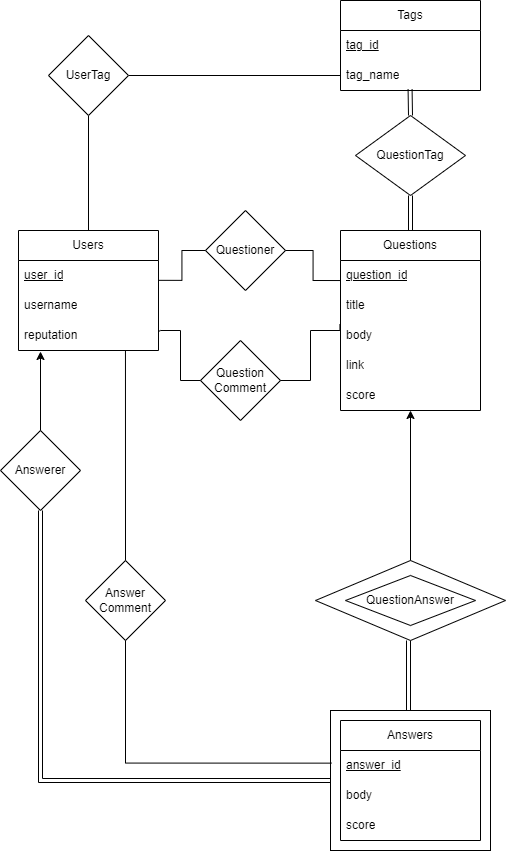
Before: Data Storing/design/ERD Seleksi Asisten.drawio.png, a diagram exported from draw.io (wargabasdat/Seleksi-2024-Tugas-1). Source tidied: cells renumbered, new cells last; positions are measured from the earlier drawing's top-left corner, leaving out a move shared by most shapes.
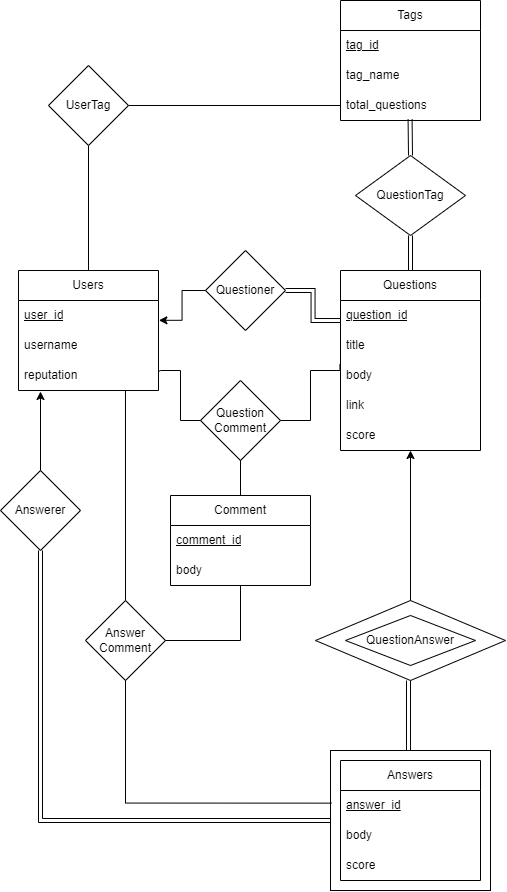
Above is the later version.

What changed in the source:
```diff
@@ -48,13 +48,16 @@
       <mxGeometry x="315" y="560" width="190" height="80" as="geometry" />
     </mxCell>
     <mxCell id="16" value="Tags" style="swimlane;fontStyle=0;horizontal=1;startSize=30;whiteSpace=wrap;html=1;" parent="1" vertex="1">
-      <mxGeometry x="340" width="140" height="90" as="geometry" />
+      <mxGeometry x="340" y="-40" width="140" height="120" as="geometry" />
     </mxCell>
     <mxCell id="17" value="&lt;u&gt;tag_id&lt;/u&gt;" style="text;strokeColor=none;fillColor=none;align=left;verticalAlign=middle;spacingLeft=4;spacingRight=4;overflow=hidden;whiteSpace=wrap;html=1;" parent="16" vertex="1">
       <mxGeometry y="30" width="140" height="30" as="geometry" />
     </mxCell>
+    <mxCell id="42" value="tag_name" style="text;strokeColor=none;fillColor=none;align=left;verticalAlign=middle;spacingLeft=4;spacingRight=4;overflow=hidden;whiteSpace=wrap;html=1;" parent="16" vertex="1">
+      <mxGeometry y="60" width="140" height="30" as="geometry" />
+    </mxCell>
-    <mxCell id="18" value="tag_name" style="text;strokeColor=none;fillColor=none;align=left;verticalAlign=middle;spacingLeft=4;spacingRight=4;overflow=hidden;points=[[0,0.5],[1,0.5]];portConstraint=eastwest;whiteSpace=wrap;html=1;" parent="16" vertex="1">
-      <mxGeometry y="60" width="140" height="30" as="geometry" />
+    <mxCell id="18" value="total_questions&lt;span style=&quot;white-space: pre;&quot;&gt;&#9;&lt;/span&gt;" style="text;strokeColor=none;fillColor=none;align=left;verticalAlign=middle;spacingLeft=4;spacingRight=4;overflow=hidden;points=[[0,0.5],[1,0.5]];portConstraint=eastwest;whiteSpace=wrap;html=1;" parent="16" vertex="1">
+      <mxGeometry y="90" width="140" height="30" as="geometry" />
     </mxCell>
     <mxCell id="19" style="edgeStyle=orthogonalEdgeStyle;rounded=0;jettySize=auto;html=1;exitX=0.5;exitY=1;exitDx=0;exitDy=0;entryX=0.5;entryY=0;entryDx=0;entryDy=0;shape=link;" parent="1" edge="1" source="20" target="7">
       <mxGeometry relative="1" as="geometry" />
@@ -66,15 +69,15 @@
       <mxGeometry relative="1" as="geometry" />
     </mxCell>
     <mxCell id="22" value="UserTag" style="rhombus;whiteSpace=wrap;html=1;" parent="1" vertex="1">
-      <mxGeometry x="48" y="35" width="80" height="80" as="geometry" />
+      <mxGeometry x="48" y="25" width="80" height="80" as="geometry" />
     </mxCell>
     <mxCell id="23" style="edgeStyle=orthogonalEdgeStyle;rounded=0;jettySize=auto;html=1;exitX=0.5;exitY=0;exitDx=0;exitDy=0;entryX=0.5;entryY=1;entryDx=0;entryDy=0;entryPerimeter=0;" parent="1" edge="1" source="15" target="12">
       <mxGeometry relative="1" as="geometry" />
     </mxCell>
-    <mxCell id="24" style="edgeStyle=orthogonalEdgeStyle;rounded=0;jettySize=auto;html=1;exitX=1;exitY=0.5;exitDx=0;exitDy=0;entryX=0;entryY=0.668;entryDx=0;entryDy=0;entryPerimeter=0;endArrow=none;endFill=0;" parent="1" edge="1" source="13" target="8">
+    <mxCell id="24" style="edgeStyle=orthogonalEdgeStyle;rounded=0;jettySize=auto;html=1;exitX=1;exitY=0.5;exitDx=0;exitDy=0;entryX=0;entryY=0.668;entryDx=0;entryDy=0;entryPerimeter=0;endArrow=none;endFill=0;shape=link;" parent="1" edge="1" source="13" target="8">
       <mxGeometry relative="1" as="geometry" />
     </mxCell>
-    <mxCell id="25" style="edgeStyle=orthogonalEdgeStyle;rounded=0;jettySize=auto;html=1;exitX=0;exitY=0.5;exitDx=0;exitDy=0;entryX=1.003;entryY=0.661;entryDx=0;entryDy=0;entryPerimeter=0;endArrow=none;endFill=0;" parent="1" edge="1" source="13" target="4">
+    <mxCell id="25" style="edgeStyle=orthogonalEdgeStyle;rounded=0;jettySize=auto;html=1;exitX=0;exitY=0.5;exitDx=0;exitDy=0;entryX=1.003;entryY=0.661;entryDx=0;entryDy=0;entryPerimeter=0;endArrow=classic;endFill=1;" parent="1" edge="1" source="13" target="4">
       <mxGeometry relative="1" as="geometry" />
     </mxCell>
     <mxCell id="26" style="edgeStyle=orthogonalEdgeStyle;rounded=0;jettySize=auto;html=1;exitX=0.5;exitY=0;exitDx=0;exitDy=0;entryX=0.497;entryY=0.956;entryDx=0;entryDy=0;entryPerimeter=0;shape=link;" parent="1" edge="1" source="20" target="18">
@@ -146,5 +149,20 @@
     <mxCell id="41" style="edgeStyle=orthogonalEdgeStyle;rounded=0;jettySize=auto;html=1;exitX=0.5;exitY=1;exitDx=0;exitDy=0;entryX=0.006;entryY=0.376;entryDx=0;entryDy=0;entryPerimeter=0;endArrow=none;endFill=0;" parent="1" edge="1" source="39" target="28">
       <mxGeometry relative="1" as="geometry" />
     </mxCell>
+    <mxCell id="43" style="edgeStyle=orthogonalEdgeStyle;rounded=0;jettySize=auto;html=1;exitX=0.5;exitY=0;exitDx=0;exitDy=0;entryX=0.5;entryY=1;entryDx=0;entryDy=0;endArrow=none;endFill=0;" parent="1" edge="1" source="44" target="36">
+      <mxGeometry relative="1" as="geometry" />
+    </mxCell>
+    <mxCell id="44" value="Comment" style="swimlane;fontStyle=0;horizontal=1;startSize=30;whiteSpace=wrap;html=1;" parent="1" vertex="1">
+      <mxGeometry x="170" y="455" width="140" height="90" as="geometry" />
+    </mxCell>
+    <mxCell id="45" value="&lt;u&gt;comment_id&lt;/u&gt;" style="text;strokeColor=none;fillColor=none;align=left;verticalAlign=middle;spacingLeft=4;spacingRight=4;overflow=hidden;whiteSpace=wrap;html=1;" parent="44" vertex="1">
+      <mxGeometry y="30" width="140" height="30" as="geometry" />
+    </mxCell>
+    <mxCell id="46" value="body" style="text;strokeColor=none;fillColor=none;align=left;verticalAlign=middle;spacingLeft=4;spacingRight=4;overflow=hidden;points=[[0,0.5],[1,0.5]];portConstraint=eastwest;whiteSpace=wrap;html=1;" parent="44" vertex="1">
+      <mxGeometry y="60" width="140" height="30" as="geometry" />
+    </mxCell>
+    <mxCell id="47" style="edgeStyle=orthogonalEdgeStyle;rounded=0;jettySize=auto;html=1;exitX=1;exitY=0.5;exitDx=0;exitDy=0;entryX=0.5;entryY=1;entryDx=0;entryDy=0;entryPerimeter=0;endArrow=none;endFill=0;" parent="1" edge="1" source="39" target="46">
+      <mxGeometry relative="1" as="geometry" />
+    </mxCell>
   </root>
 </mxGraphModel>
```
